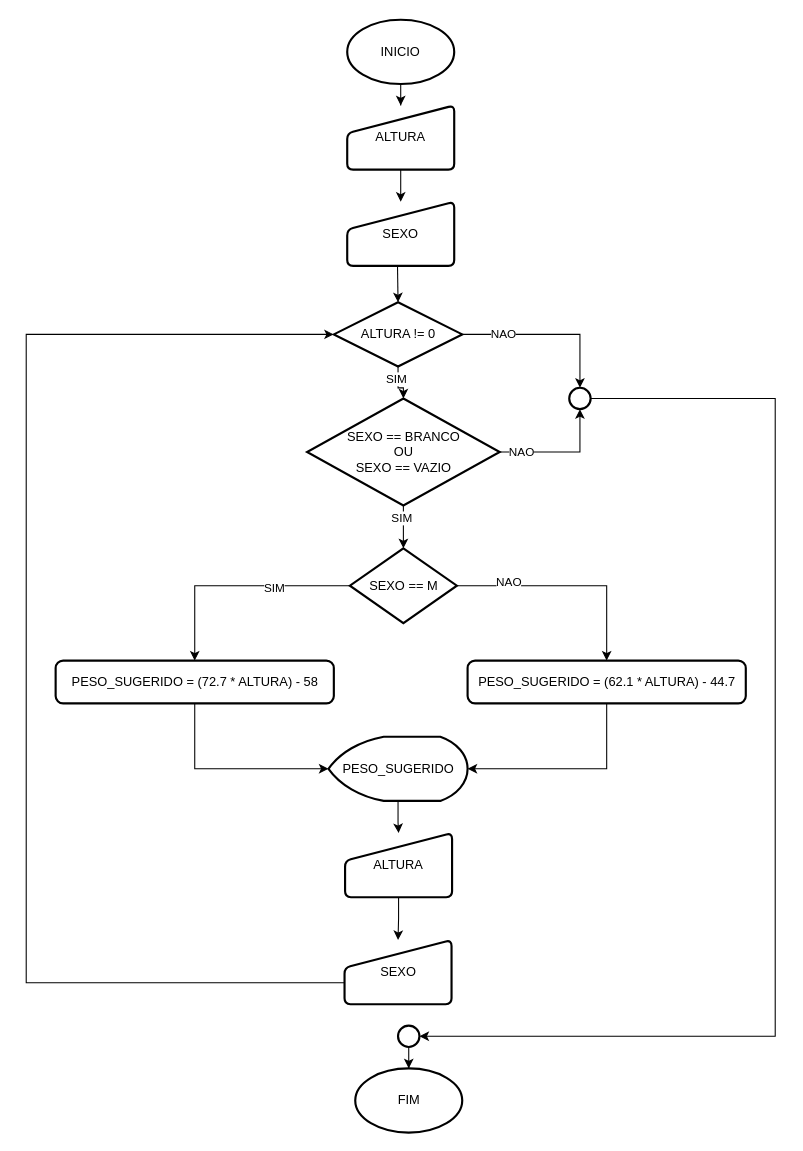
The draw.io diagram Simulado-10.drawio in gabriel-carvalhos/fluxogramas-bootcamp-cdb, before the edit. Source tidied: cells renumbered, new cells numbered last; positions are measured from the earlier drawing's top-left corner, leaving out a move shared by most shapes. Both pictures are drawn from the tidied source at 107%, with x=0, y=0 at pixel (26, 19).
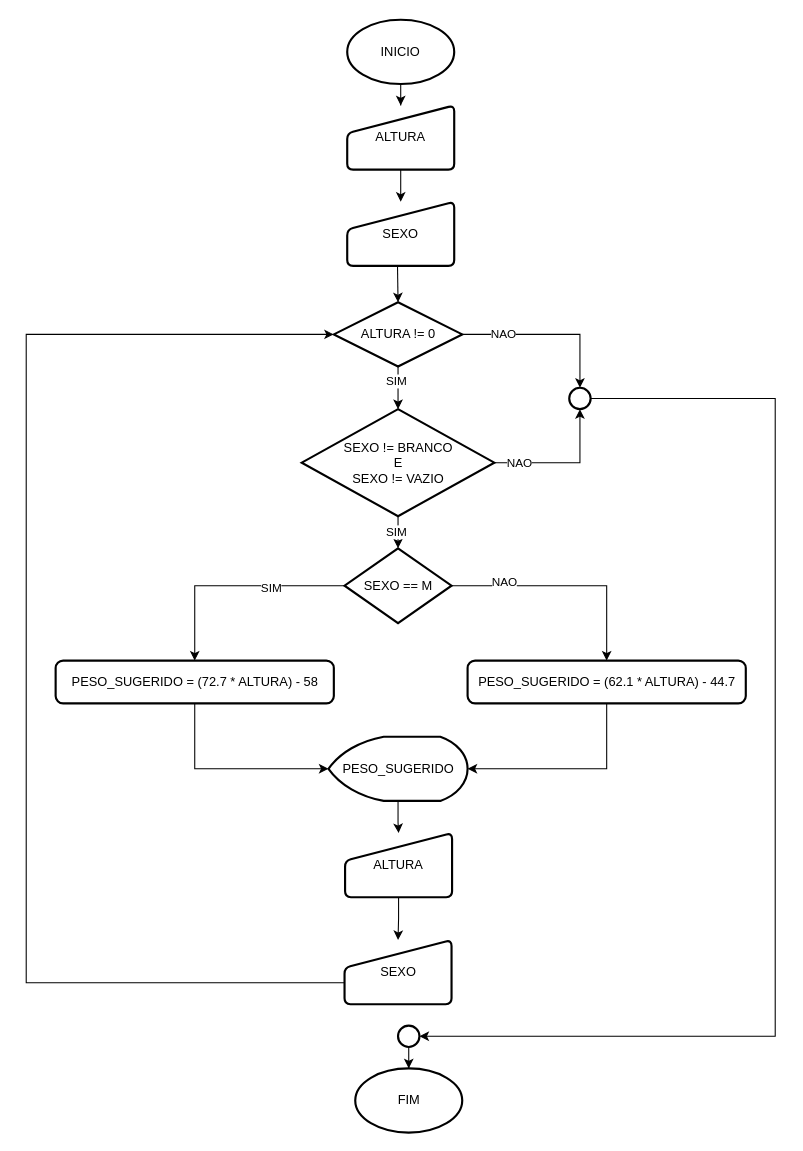
The same page after the edit.

Diff of the diagram source:
```diff
@@
-    <mxCell id="8" value="&lt;div&gt;SEXO == BRANCO&lt;/div&gt;&lt;div&gt;OU&lt;/div&gt;&lt;div&gt;SEXO == VAZIO&lt;/div&gt;" style="strokeWidth=2;html=1;shape=mxgraph.flowchart.decision;whiteSpace=wrap;" parent="1" vertex="1">
-      <mxGeometry x="262.5" y="353.9" width="180" height="100" as="geometry" />
+    <mxCell id="8" value="&lt;div&gt;SEXO != BRANCO&lt;/div&gt;&lt;div&gt;E&lt;/div&gt;&lt;div&gt;SEXO != VAZIO&lt;/div&gt;" style="strokeWidth=2;html=1;shape=mxgraph.flowchart.decision;whiteSpace=wrap;" parent="1" vertex="1">
+      <mxGeometry x="257.5" y="363.9" width="180" height="100" as="geometry" />
     </mxCell>
@@
     <mxCell id="19" value="SEXO == M" style="strokeWidth=2;html=1;shape=mxgraph.flowchart.decision;whiteSpace=wrap;" parent="1" vertex="1">
-      <mxGeometry x="302.5" y="493.9" width="100" height="70" as="geometry" />
+      <mxGeometry x="297.5" y="493.9" width="100" height="70" as="geometry" />
     </mxCell>
```
